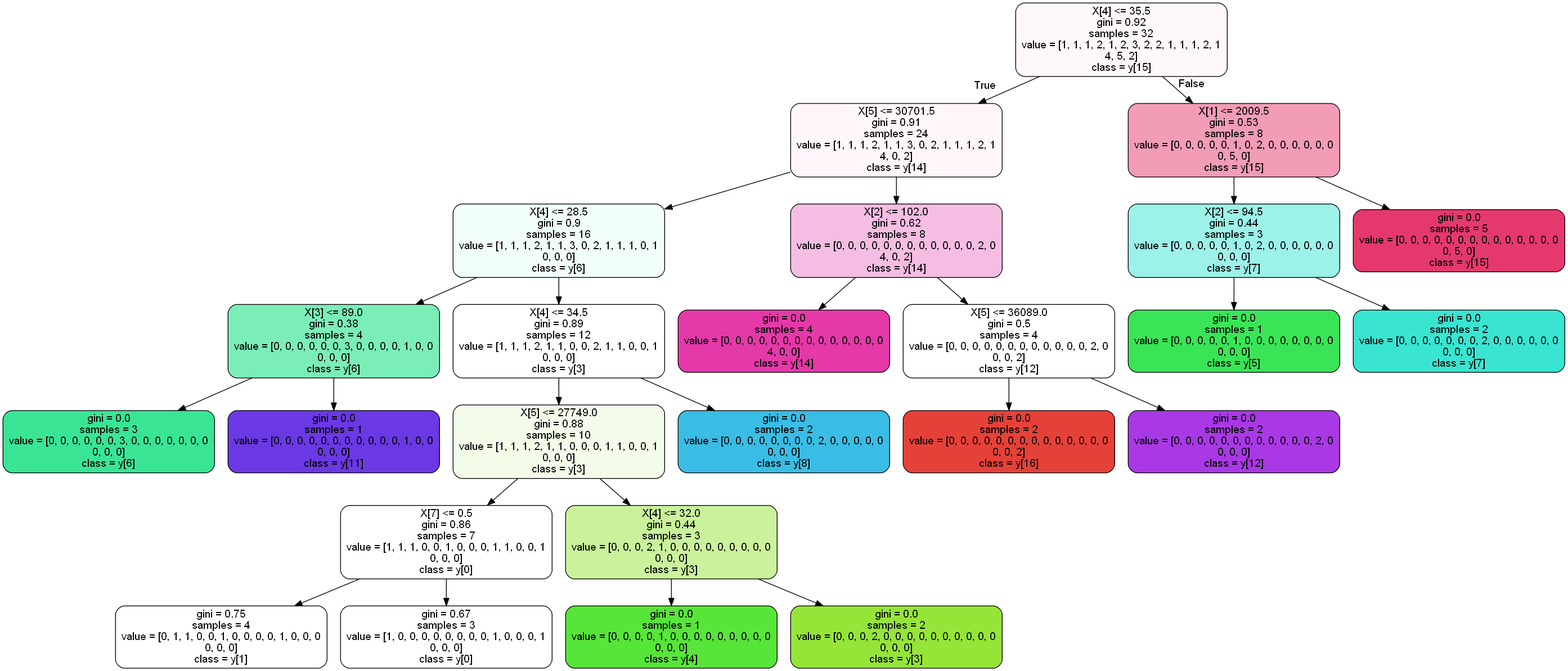
Before: treetrip.png, a diagram exported from Graphviz (AndreaDagg/DecisIonCAr). Its source is kept beside it as treetrip.dot.
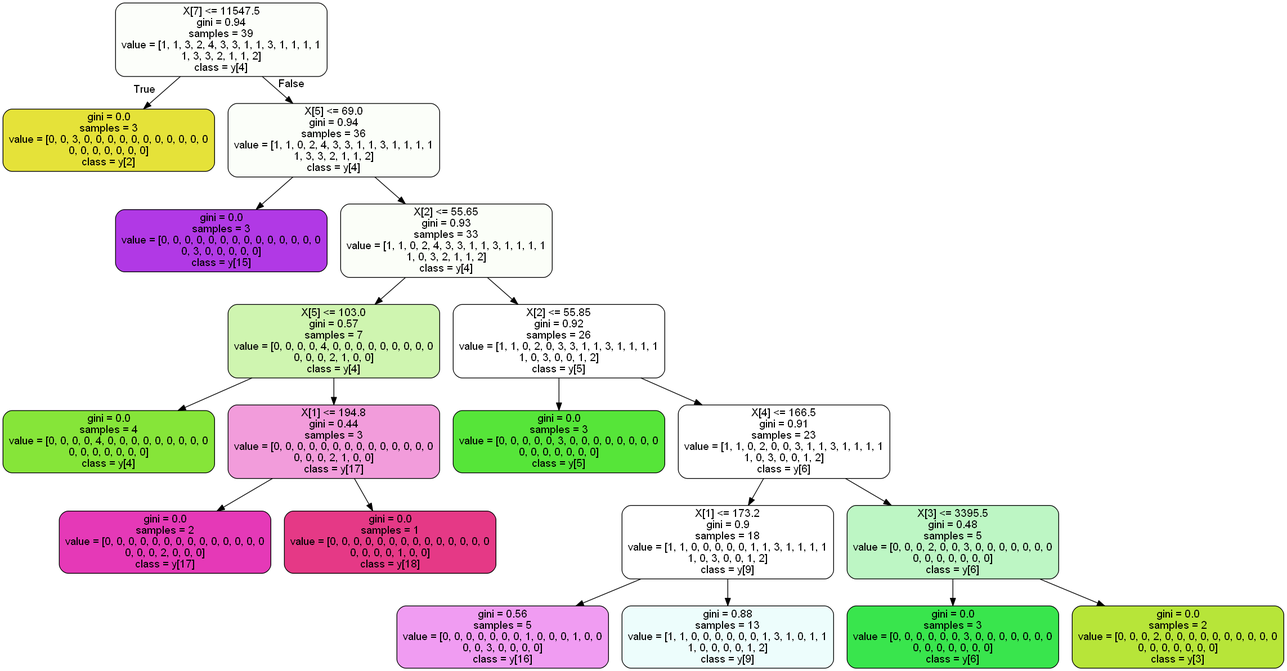
After the change.

Change to the diagram source:
```diff
@@ -1,53 +1,41 @@
 digraph Tree {
 node [shape=box, style="filled, rounded", color="black", fontname=helvetica] ;
 edge [fontname=helvetica] ;
-0 [label="X[4] <= 35.5\ngini = 0.92\nsamples = 32\nvalue = [1, 1, 1, 2, 1, 2, 3, 2, 2, 1, 1, 1, 2, 1\n4, 5, 2]\nclass = y[15]", fillcolor="#fef8fa"] ;
-1 [label="X[5] <= 30701.5\ngini = 0.91\nsamples = 24\nvalue = [1, 1, 1, 2, 1, 1, 3, 0, 2, 1, 1, 1, 2, 1\n4, 0, 2]\nclass = y[14]", fillcolor="#fef6fb"] ;
+0 [label="X[7] <= 11547.5\ngini = 0.94\nsamples = 39\nvalue = [1, 1, 3, 2, 4, 3, 3, 1, 1, 3, 1, 1, 1, 1\n1, 3, 3, 2, 1, 1, 2]\nclass = y[4]", fillcolor="#fcfefa"] ;
+1 [label="gini = 0.0\nsamples = 3\nvalue = [0, 0, 3, 0, 0, 0, 0, 0, 0, 0, 0, 0, 0, 0\n0, 0, 0, 0, 0, 0, 0]\nclass = y[2]", fillcolor="#e5e239"] ;
 0 -> 1 [labeldistance=2.5, labelangle=45, headlabel="True"] ;
-2 [label="X[4] <= 28.5\ngini = 0.9\nsamples = 16\nvalue = [1, 1, 1, 2, 1, 1, 3, 0, 2, 1, 1, 1, 0, 1\n0, 0, 0]\nclass = y[6]", fillcolor="#f1fdf7"] ;
-1 -> 2 ;
-3 [label="X[3] <= 89.0\ngini = 0.38\nsamples = 4\nvalue = [0, 0, 0, 0, 0, 0, 3, 0, 0, 0, 0, 1, 0, 0\n0, 0, 0]\nclass = y[6]", fillcolor="#7beeb8"] ;
+2 [label="X[5] <= 69.0\ngini = 0.94\nsamples = 36\nvalue = [1, 1, 0, 2, 4, 3, 3, 1, 1, 3, 1, 1, 1, 1\n1, 3, 3, 2, 1, 1, 2]\nclass = y[4]", fillcolor="#fbfef9"] ;
+0 -> 2 [labeldistance=2.5, labelangle=-45, headlabel="False"] ;
+3 [label="gini = 0.0\nsamples = 3\nvalue = [0, 0, 0, 0, 0, 0, 0, 0, 0, 0, 0, 0, 0, 0\n0, 3, 0, 0, 0, 0, 0]\nclass = y[15]", fillcolor="#b139e5"] ;
 2 -> 3 ;
-4 [label="gini = 0.0\nsamples = 3\nvalue = [0, 0, 0, 0, 0, 0, 3, 0, 0, 0, 0, 0, 0, 0\n0, 0, 0]\nclass = y[6]", fillcolor="#39e595"] ;
-3 -> 4 ;
-5 [label="gini = 0.0\nsamples = 1\nvalue = [0, 0, 0, 0, 0, 0, 0, 0, 0, 0, 0, 1, 0, 0\n0, 0, 0]\nclass = y[11]", fillcolor="#6a39e5"] ;
-3 -> 5 ;
-6 [label="X[4] <= 34.5\ngini = 0.89\nsamples = 12\nvalue = [1, 1, 1, 2, 1, 1, 0, 0, 2, 1, 1, 0, 0, 1\n0, 0, 0]\nclass = y[3]", fillcolor="#ffffff"] ;
-2 -> 6 ;
-7 [label="X[5] <= 27749.0\ngini = 0.88\nsamples = 10\nvalue = [1, 1, 1, 2, 1, 1, 0, 0, 0, 1, 1, 0, 0, 1\n0, 0, 0]\nclass = y[3]", fillcolor="#f3fce9"] ;
-6 -> 7 ;
-8 [label="X[7] <= 0.5\ngini = 0.86\nsamples = 7\nvalue = [1, 1, 1, 0, 0, 1, 0, 0, 0, 1, 1, 0, 0, 1\n0, 0, 0]\nclass = y[0]", fillcolor="#ffffff"] ;
+4 [label="X[2] <= 55.65\ngini = 0.93\nsamples = 33\nvalue = [1, 1, 0, 2, 4, 3, 3, 1, 1, 3, 1, 1, 1, 1\n1, 0, 3, 2, 1, 1, 2]\nclass = y[4]", fillcolor="#fbfef8"] ;
+2 -> 4 ;
+5 [label="X[5] <= 103.0\ngini = 0.57\nsamples = 7\nvalue = [0, 0, 0, 0, 4, 0, 0, 0, 0, 0, 0, 0, 0, 0\n0, 0, 0, 2, 1, 0, 0]\nclass = y[4]", fillcolor="#cff5b0"] ;
+4 -> 5 ;
+6 [label="gini = 0.0\nsamples = 4\nvalue = [0, 0, 0, 0, 4, 0, 0, 0, 0, 0, 0, 0, 0, 0\n0, 0, 0, 0, 0, 0, 0]\nclass = y[4]", fillcolor="#86e539"] ;
+5 -> 6 ;
+7 [label="X[1] <= 194.8\ngini = 0.44\nsamples = 3\nvalue = [0, 0, 0, 0, 0, 0, 0, 0, 0, 0, 0, 0, 0, 0\n0, 0, 0, 2, 1, 0, 0]\nclass = y[17]", fillcolor="#f29cdb"] ;
+5 -> 7 ;
+8 [label="gini = 0.0\nsamples = 2\nvalue = [0, 0, 0, 0, 0, 0, 0, 0, 0, 0, 0, 0, 0, 0\n0, 0, 0, 2, 0, 0, 0]\nclass = y[17]", fillcolor="#e539b7"] ;
 7 -> 8 ;
-9 [label="gini = 0.75\nsamples = 4\nvalue = [0, 1, 1, 0, 0, 1, 0, 0, 0, 0, 1, 0, 0, 0\n0, 0, 0]\nclass = y[1]", fillcolor="#ffffff"] ;
-8 -> 9 ;
-10 [label="gini = 0.67\nsamples = 3\nvalue = [1, 0, 0, 0, 0, 0, 0, 0, 0, 1, 0, 0, 0, 1\n0, 0, 0]\nclass = y[0]", fillcolor="#ffffff"] ;
-8 -> 10 ;
-11 [label="X[4] <= 32.0\ngini = 0.44\nsamples = 3\nvalue = [0, 0, 0, 2, 1, 0, 0, 0, 0, 0, 0, 0, 0, 0\n0, 0, 0]\nclass = y[3]", fillcolor="#caf29c"] ;
-7 -> 11 ;
-12 [label="gini = 0.0\nsamples = 1\nvalue = [0, 0, 0, 0, 1, 0, 0, 0, 0, 0, 0, 0, 0, 0\n0, 0, 0]\nclass = y[4]", fillcolor="#58e539"] ;
-11 -> 12 ;
-13 [label="gini = 0.0\nsamples = 2\nvalue = [0, 0, 0, 2, 0, 0, 0, 0, 0, 0, 0, 0, 0, 0\n0, 0, 0]\nclass = y[3]", fillcolor="#95e539"] ;
-11 -> 13 ;
-14 [label="gini = 0.0\nsamples = 2\nvalue = [0, 0, 0, 0, 0, 0, 0, 0, 2, 0, 0, 0, 0, 0\n0, 0, 0]\nclass = y[8]", fillcolor="#39bde5"] ;
-6 -> 14 ;
-15 [label="X[2] <= 102.0\ngini = 0.62\nsamples = 8\nvalue = [0, 0, 0, 0, 0, 0, 0, 0, 0, 0, 0, 0, 2, 0\n4, 0, 2]\nclass = y[14]", fillcolor="#f6bde2"] ;
-1 -> 15 ;
-16 [label="gini = 0.0\nsamples = 4\nvalue = [0, 0, 0, 0, 0, 0, 0, 0, 0, 0, 0, 0, 0, 0\n4, 0, 0]\nclass = y[14]", fillcolor="#e539a9"] ;
-15 -> 16 ;
-17 [label="X[5] <= 36089.0\ngini = 0.5\nsamples = 4\nvalue = [0, 0, 0, 0, 0, 0, 0, 0, 0, 0, 0, 0, 2, 0\n0, 0, 2]\nclass = y[12]", fillcolor="#ffffff"] ;
-15 -> 17 ;
-18 [label="gini = 0.0\nsamples = 2\nvalue = [0, 0, 0, 0, 0, 0, 0, 0, 0, 0, 0, 0, 0, 0\n0, 0, 2]\nclass = y[16]", fillcolor="#e54139"] ;
-17 -> 18 ;
-19 [label="gini = 0.0\nsamples = 2\nvalue = [0, 0, 0, 0, 0, 0, 0, 0, 0, 0, 0, 0, 2, 0\n0, 0, 0]\nclass = y[12]", fillcolor="#a939e5"] ;
-17 -> 19 ;
-20 [label="X[1] <= 2009.5\ngini = 0.53\nsamples = 8\nvalue = [0, 0, 0, 0, 0, 1, 0, 2, 0, 0, 0, 0, 0, 0\n0, 5, 0]\nclass = y[15]", fillcolor="#f29cb6"] ;
-0 -> 20 [labeldistance=2.5, labelangle=-45, headlabel="False"] ;
-21 [label="X[2] <= 94.5\ngini = 0.44\nsamples = 3\nvalue = [0, 0, 0, 0, 0, 1, 0, 2, 0, 0, 0, 0, 0, 0\n0, 0, 0]\nclass = y[7]", fillcolor="#9cf2e8"] ;
-20 -> 21 ;
-22 [label="gini = 0.0\nsamples = 1\nvalue = [0, 0, 0, 0, 0, 1, 0, 0, 0, 0, 0, 0, 0, 0\n0, 0, 0]\nclass = y[5]", fillcolor="#39e556"] ;
-21 -> 22 ;
-23 [label="gini = 0.0\nsamples = 2\nvalue = [0, 0, 0, 0, 0, 0, 0, 2, 0, 0, 0, 0, 0, 0\n0, 0, 0]\nclass = y[7]", fillcolor="#39e5d1"] ;
-21 -> 23 ;
-24 [label="gini = 0.0\nsamples = 5\nvalue = [0, 0, 0, 0, 0, 0, 0, 0, 0, 0, 0, 0, 0, 0\n0, 5, 0]\nclass = y[15]", fillcolor="#e5396d"] ;
-20 -> 24 ;
+9 [label="gini = 0.0\nsamples = 1\nvalue = [0, 0, 0, 0, 0, 0, 0, 0, 0, 0, 0, 0, 0, 0\n0, 0, 0, 0, 1, 0, 0]\nclass = y[18]", fillcolor="#e53986"] ;
+7 -> 9 ;
+10 [label="X[2] <= 55.85\ngini = 0.92\nsamples = 26\nvalue = [1, 1, 0, 2, 0, 3, 3, 1, 1, 3, 1, 1, 1, 1\n1, 0, 3, 0, 0, 1, 2]\nclass = y[5]", fillcolor="#ffffff"] ;
+4 -> 10 ;
+11 [label="gini = 0.0\nsamples = 3\nvalue = [0, 0, 0, 0, 0, 3, 0, 0, 0, 0, 0, 0, 0, 0\n0, 0, 0, 0, 0, 0, 0]\nclass = y[5]", fillcolor="#56e539"] ;
+10 -> 11 ;
+12 [label="X[4] <= 166.5\ngini = 0.91\nsamples = 23\nvalue = [1, 1, 0, 2, 0, 0, 3, 1, 1, 3, 1, 1, 1, 1\n1, 0, 3, 0, 0, 1, 2]\nclass = y[6]", fillcolor="#ffffff"] ;
+10 -> 12 ;
+13 [label="X[1] <= 173.2\ngini = 0.9\nsamples = 18\nvalue = [1, 1, 0, 0, 0, 0, 0, 1, 1, 3, 1, 1, 1, 1\n1, 0, 3, 0, 0, 1, 2]\nclass = y[9]", fillcolor="#ffffff"] ;
+12 -> 13 ;
+14 [label="gini = 0.56\nsamples = 5\nvalue = [0, 0, 0, 0, 0, 0, 0, 1, 0, 0, 0, 1, 0, 0\n0, 0, 3, 0, 0, 0, 0]\nclass = y[16]", fillcolor="#f09cf2"] ;
+13 -> 14 ;
+15 [label="gini = 0.88\nsamples = 13\nvalue = [1, 1, 0, 0, 0, 0, 0, 0, 1, 3, 1, 0, 1, 1\n1, 0, 0, 0, 0, 1, 2]\nclass = y[9]", fillcolor="#edfdfc"] ;
+13 -> 15 ;
+16 [label="X[3] <= 3395.5\ngini = 0.48\nsamples = 5\nvalue = [0, 0, 0, 2, 0, 0, 3, 0, 0, 0, 0, 0, 0, 0\n0, 0, 0, 0, 0, 0, 0]\nclass = y[6]", fillcolor="#bdf6c4"] ;
+12 -> 16 ;
+17 [label="gini = 0.0\nsamples = 3\nvalue = [0, 0, 0, 0, 0, 0, 3, 0, 0, 0, 0, 0, 0, 0\n0, 0, 0, 0, 0, 0, 0]\nclass = y[6]", fillcolor="#39e54d"] ;
+16 -> 17 ;
+18 [label="gini = 0.0\nsamples = 2\nvalue = [0, 0, 0, 2, 0, 0, 0, 0, 0, 0, 0, 0, 0, 0\n0, 0, 0, 0, 0, 0, 0]\nclass = y[3]", fillcolor="#b7e539"] ;
+16 -> 18 ;
 }
```
